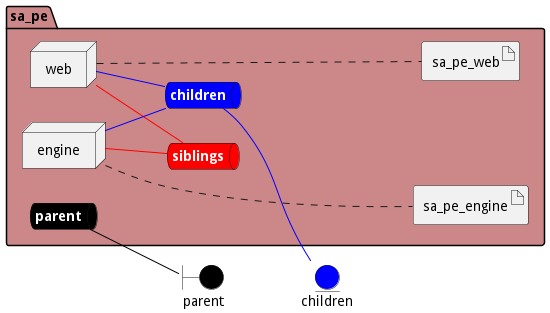
Earlier version of the PlantUML export docs/edgemere/sa/pe/envs/test/deployment.png (madajaju/edgemere). The source it was exported from:
```plantuml
@startuml

left to right direction


boundary parent #black


entity children #blue




package "sa_pe" #cc8888 {
    queue parentnet #black [
            <b><color:white>parent</color></b>
    ]

    parentnet -[#black]- parent

    queue childrennet #blue [
            <b><color:white>children</color></b>
    ]

    childrennet -[#blue]- children

    queue siblingsnet #red [
            <b><color:white>siblings</color></b>
    ]


node "web" as webService
node "engine" as engineService


        artifact "sa_pe_web" as sa_pe_webimage

        artifact "sa_pe_engine" as sa_pe_engineimage

}

webService -[#blue]- childrennet

webService -[#red]- siblingsnet

engineService -[#blue]- childrennet

engineService -[#red]- siblingsnet
webService .... sa_pe_webimage
engineService .... sa_pe_engineimage


@enduml
```
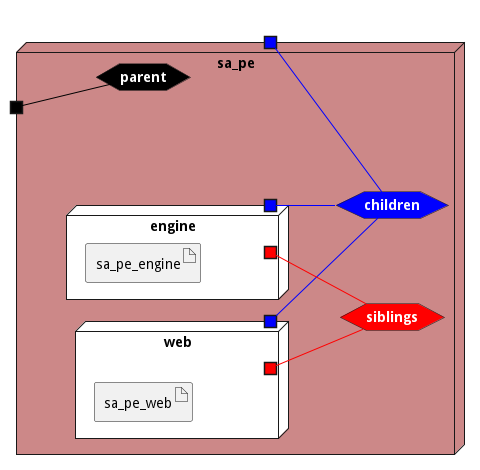
The same diagram one commit later.

Change to the diagram source:
```diff
@@ -3,51 +3,55 @@
 left to right direction
 
 
-boundary parent #black
-
-
-entity children #blue
 
 
 
 
-package "sa_pe" #cc8888 {
-    queue parentnet #black [
+
+node "sa_pe" #cc8888 {
+
+
+    hexagon parentnet #black [
             <b><color:white>parent</color></b>
     ]
 
-    parentnet -[#black]- parent
+    portin " " as parentnetPortIn #black
+    parentnetPortIn -[#black]- parentnet
 
-    queue childrennet #blue [
+    hexagon childrennet #blue [
             <b><color:white>children</color></b>
     ]
 
-    childrennet -[#blue]- children
+    portout " " as childrennetPortOut #blue
+    childrennet -[#blue]- childrennetPortOut
 
-    queue siblingsnet #red [
+    hexagon siblingsnet #red [
             <b><color:white>siblings</color></b>
     ]
 
 
-node "web" as webService
-node "engine" as engineService
+node "web" as webService #white {
+    portOut " " as webServicechildrennet #blue
+   webServicechildrennet -[#blue]- childrennet
+       portOut " " as webServicesiblingsnet #red
+   webServicesiblingsnet -[#red]- siblingsnet
 
 
-        artifact "sa_pe_web" as sa_pe_webimage
+    artifact "sa_pe_web" as sa_pe_webimage
 
-        artifact "sa_pe_engine" as sa_pe_engineimage
+}
+node "engine" as engineService #white {
+    portOut " " as engineServicechildrennet #blue
+   engineServicechildrennet -[#blue]- childrennet
+       portOut " " as engineServicesiblingsnet #red
+   engineServicesiblingsnet -[#red]- siblingsnet
+
+
+    artifact "sa_pe_engine" as sa_pe_engineimage
 
 }
 
-webService -[#blue]- childrennet
-
-webService -[#red]- siblingsnet
-
-engineService -[#blue]- childrennet
-
-engineService -[#red]- siblingsnet
-webService .... sa_pe_webimage
-engineService .... sa_pe_engineimage
+}
 
 
 @enduml
```
